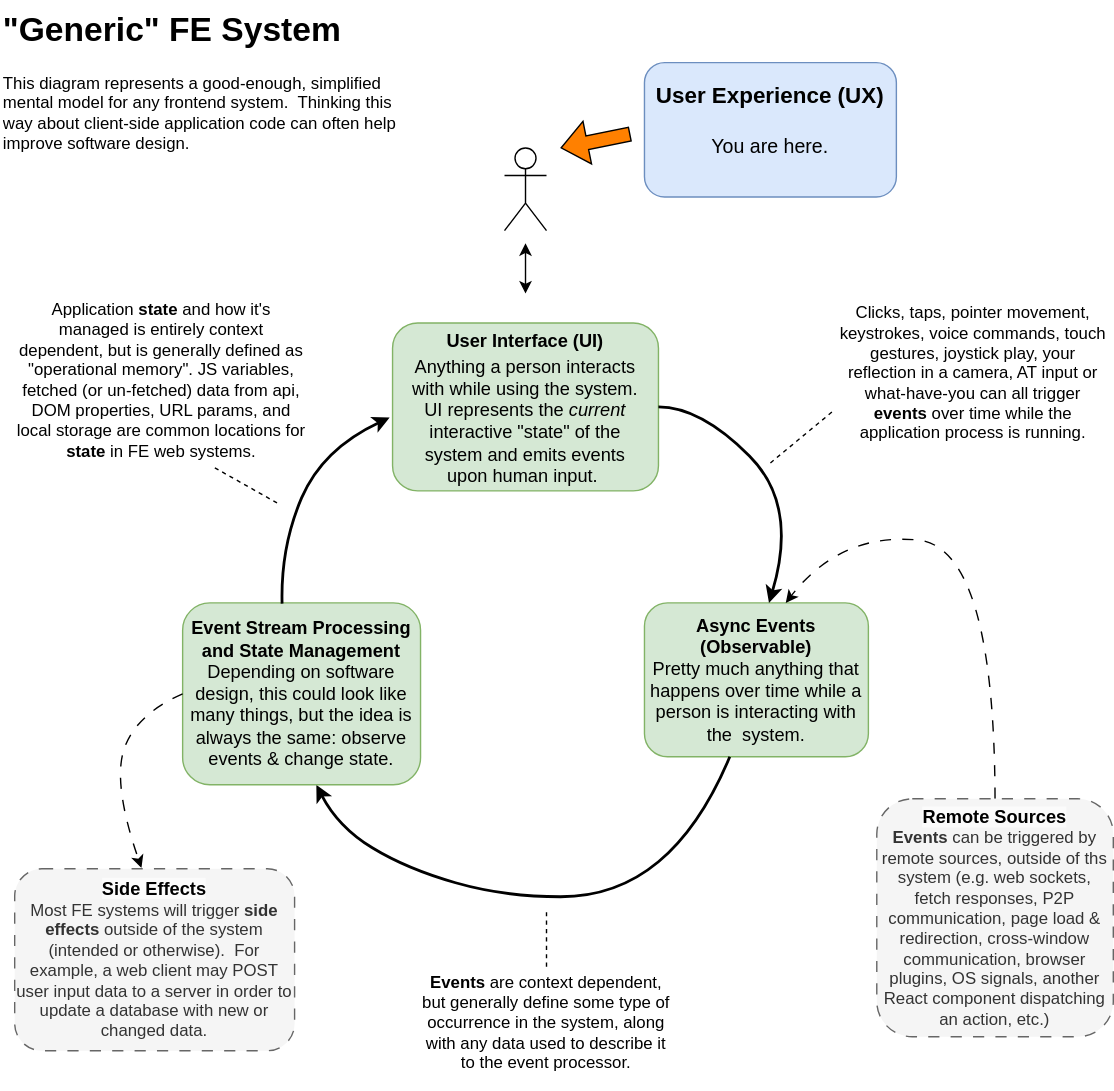
Before: Generic-FE-System.drawio.svg, a diagram exported from draw.io (darthrellimnad/generic-fe-system). Source tidied: cells renumbered, new cells last; positions are measured from the earlier drawing's top-left corner, leaving out a move shared by most shapes.
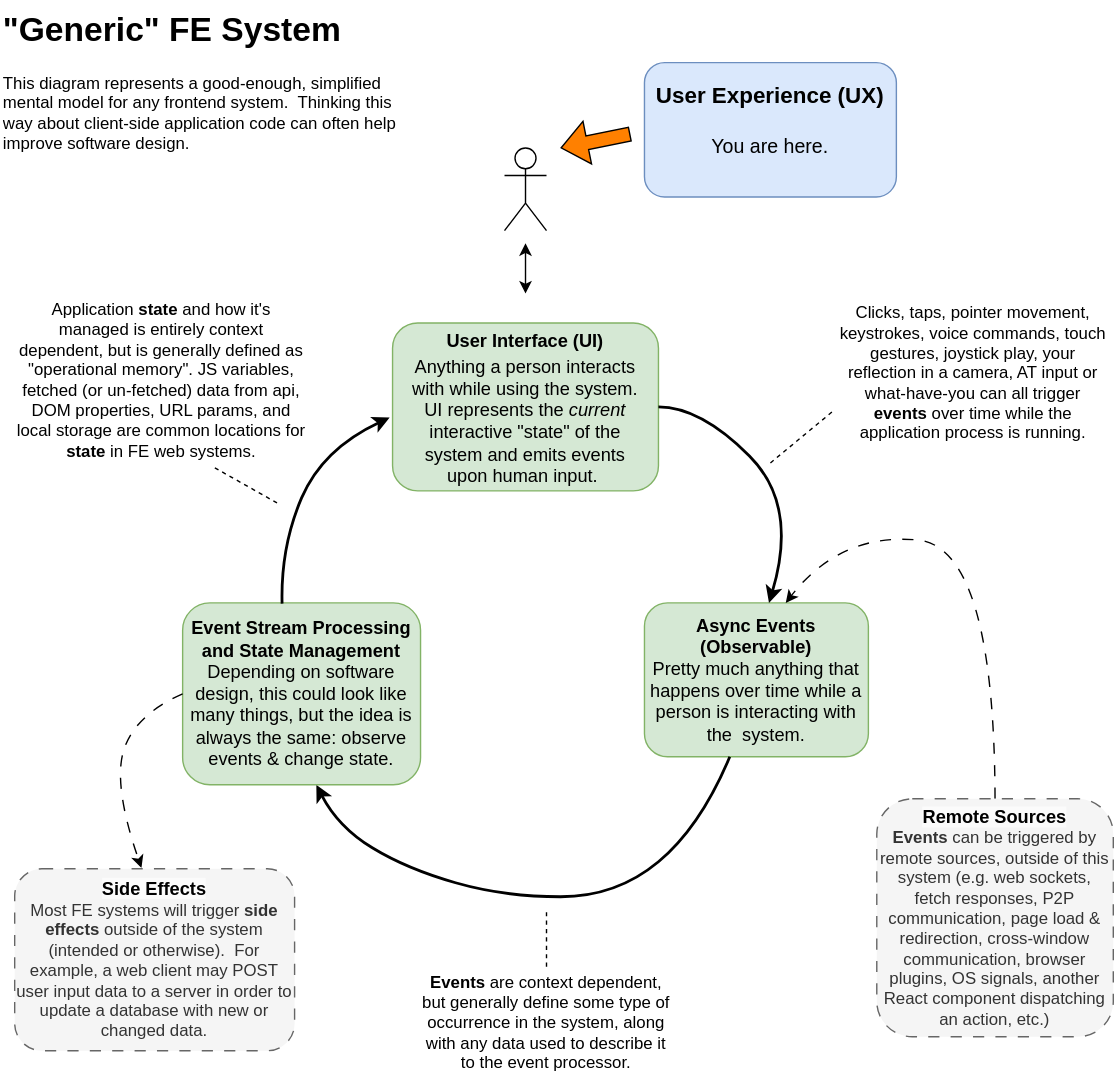
After the commit.

Change to the diagram source:
```diff
@@ -33,7 +33,7 @@
         </Array>
       </mxGeometry>
     </mxCell>
-    <mxCell id="8" value="&lt;b style=&quot;color: rgb(0, 0, 0); font-family: Helvetica; font-size: 13px; font-style: normal; font-variant-ligatures: normal; font-variant-caps: normal; letter-spacing: normal; orphans: 2; text-align: center; text-indent: 0px; text-transform: none; widows: 2; word-spacing: 0px; -webkit-text-stroke-width: 0px; white-space: normal; background-color: rgb(251, 251, 251); text-decoration-thickness: initial; text-decoration-style: initial; text-decoration-color: initial;&quot;&gt;Remote Sources&lt;/b&gt;&lt;div&gt;&lt;b&gt;Events&lt;/b&gt; can be triggered by remote sources, outside of ths system (e.g. web sockets, fetch responses, P2P communication, page load &amp;amp; redirection, cross-window communication, browser plugins, OS signals, another React component dispatching an action, etc.)&lt;/div&gt;" style="rounded=1;whiteSpace=wrap;html=1;shadow=0;glass=0;strokeColor=#666666;strokeWidth=1;perimeterSpacing=0;fillColor=#f5f5f5;fontColor=#333333;dashed=1;dashPattern=8 8;" parent="1" vertex="1">
+    <mxCell id="8" value="&lt;b style=&quot;color: rgb(0, 0, 0); font-family: Helvetica; font-size: 13px; font-style: normal; font-variant-ligatures: normal; font-variant-caps: normal; letter-spacing: normal; orphans: 2; text-align: center; text-indent: 0px; text-transform: none; widows: 2; word-spacing: 0px; -webkit-text-stroke-width: 0px; white-space: normal; background-color: rgb(251, 251, 251); text-decoration-thickness: initial; text-decoration-style: initial; text-decoration-color: initial;&quot;&gt;Remote Sources&lt;/b&gt;&lt;div&gt;&lt;b&gt;Events&lt;/b&gt; can be triggered by remote sources, outside of this system (e.g. web sockets, fetch responses, P2P communication, page load &amp;amp; redirection, cross-window communication, browser plugins, OS signals, another React component dispatching an action, etc.)&lt;/div&gt;" style="rounded=1;whiteSpace=wrap;html=1;shadow=0;glass=0;strokeColor=#666666;strokeWidth=1;perimeterSpacing=0;fillColor=#f5f5f5;fontColor=#333333;dashed=1;dashPattern=8 8;" parent="1" vertex="1">
       <mxGeometry x="626" y="570" width="169" height="170" as="geometry" />
     </mxCell>
     <mxCell id="9" value="&lt;b&gt;&lt;font style=&quot;font-size: 13px;&quot;&gt;Event Stream Processing and State Management&lt;/font&gt;&lt;/b&gt;&lt;div&gt;&lt;font style=&quot;font-size: 13px;&quot;&gt;Depending on software design, this could look like many things, but the idea is always the same: observe events &amp;amp; change state.&lt;/font&gt;&lt;/div&gt;" style="rounded=1;whiteSpace=wrap;html=1;fillColor=#d5e8d4;strokeColor=#82b366;" parent="1" vertex="1">
```
